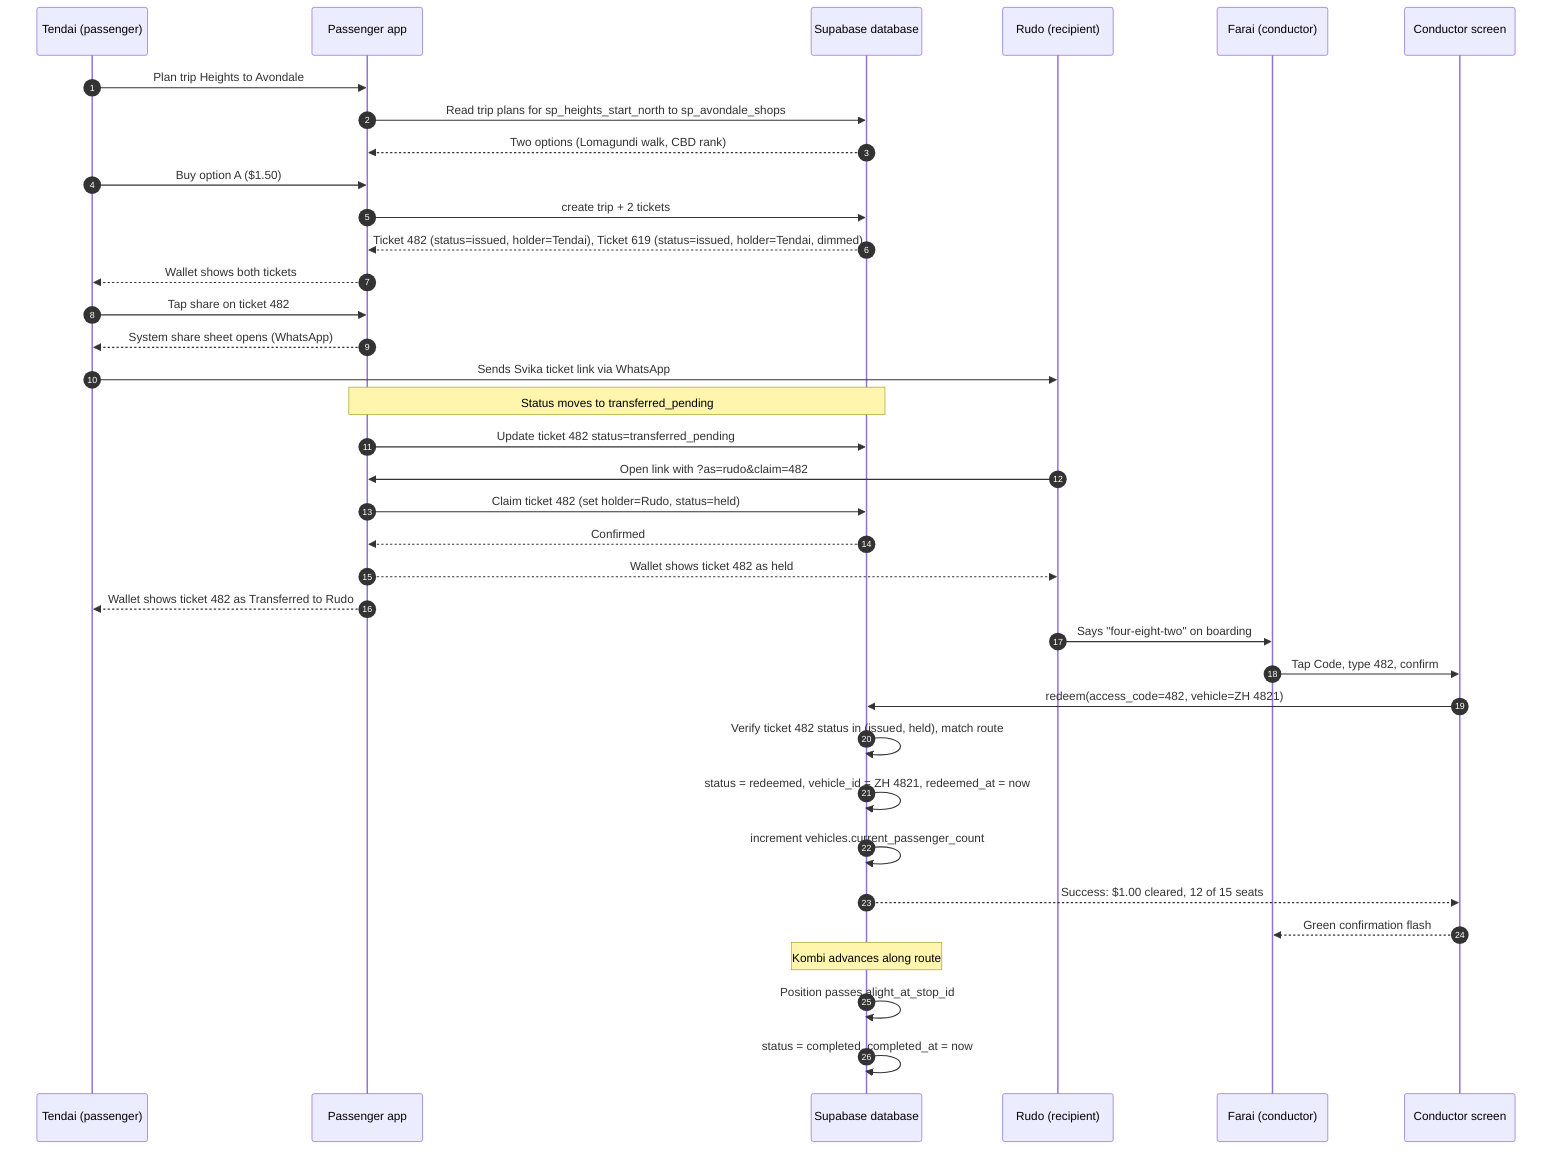
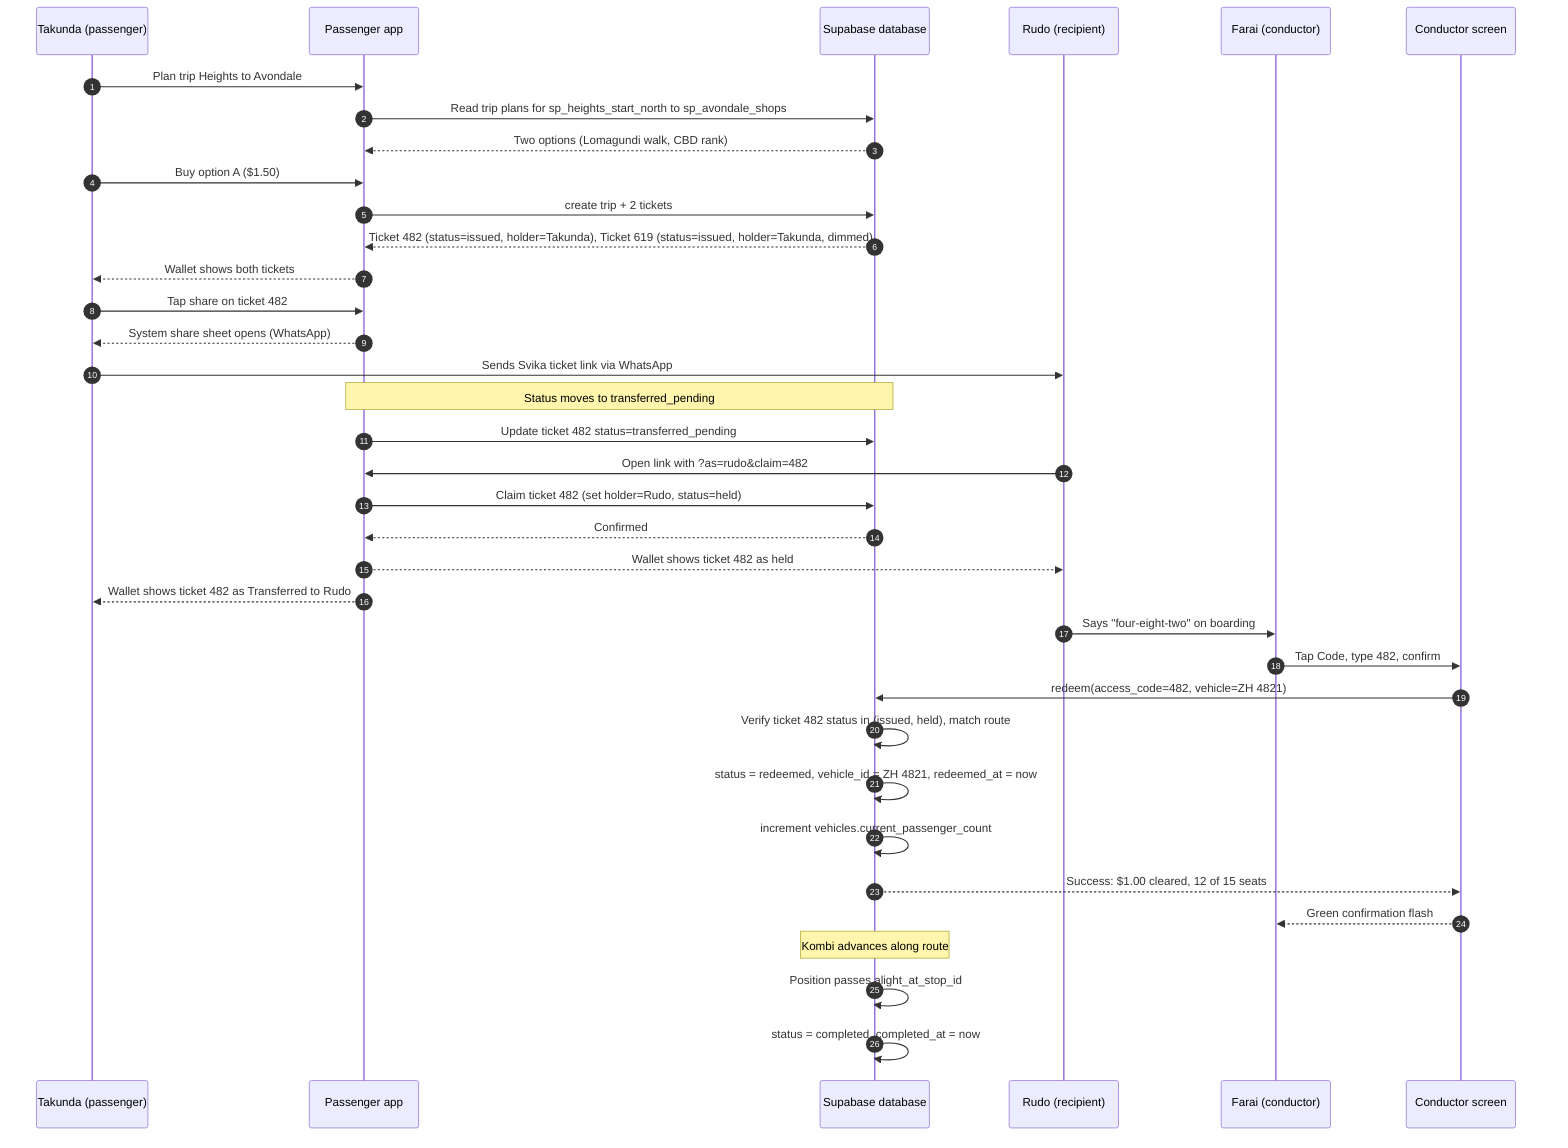
%% Svika ticket lifecycle
%% Shows one ticket from purchase through transfer through redemption.

sequenceDiagram
    autonumber
-     participant Tendai as Tendai (passenger)
+     participant Takunda as Takunda (passenger)
    participant App as Passenger app
    participant DB as Supabase database
    participant Rudo as Rudo (recipient)
    participant Farai as Farai (conductor)
    participant Cond as Conductor screen

    %% Purchase
-     Tendai->>App: Plan trip Heights to Avondale
+     Takunda->>App: Plan trip Heights to Avondale
    App->>DB: Read trip plans for sp_heights_start_north to sp_avondale_shops
    DB-->>App: Two options (Lomagundi walk, CBD rank)
-     Tendai->>App: Buy option A ($1.50)
+     Takunda->>App: Buy option A ($1.50)
    App->>DB: create trip + 2 tickets
-     DB-->>App: Ticket 482 (status=issued, holder=Tendai), Ticket 619 (status=issued, holder=Tendai, dimmed)
-     App-->>Tendai: Wallet shows both tickets
+     DB-->>App: Ticket 482 (status=issued, holder=Takunda), Ticket 619 (status=issued, holder=Takunda, dimmed)
+     App-->>Takunda: Wallet shows both tickets

    %% Transfer
-     Tendai->>App: Tap share on ticket 482
-     App-->>Tendai: System share sheet opens (WhatsApp)
-     Tendai->>Rudo: Sends Svika ticket link via WhatsApp
+     Takunda->>App: Tap share on ticket 482
+     App-->>Takunda: System share sheet opens (WhatsApp)
+     Takunda->>Rudo: Sends Svika ticket link via WhatsApp
    Note over App,DB: Status moves to transferred_pending
    App->>DB: Update ticket 482 status=transferred_pending
    Rudo->>App: Open link with ?as=rudo&claim=482
    App->>DB: Claim ticket 482 (set holder=Rudo, status=held)
    DB-->>App: Confirmed
    App-->>Rudo: Wallet shows ticket 482 as held
-     App-->>Tendai: Wallet shows ticket 482 as Transferred to Rudo
+     App-->>Takunda: Wallet shows ticket 482 as Transferred to Rudo

    %% Redemption
    Rudo->>Farai: Says "four-eight-two" on boarding
    Farai->>Cond: Tap Code, type 482, confirm
    Cond->>DB: redeem(access_code=482, vehicle=ZH 4821)
    DB->>DB: Verify ticket 482 status in (issued, held), match route
    DB->>DB: status = redeemed, vehicle_id = ZH 4821, redeemed_at = now
    DB->>DB: increment vehicles.current_passenger_count
    DB-->>Cond: Success: $1.00 cleared, 12 of 15 seats
    Cond-->>Farai: Green confirmation flash

    %% Completion
    Note over DB: Kombi advances along route
    DB->>DB: Position passes alight_at_stop_id
    DB->>DB: status = completed, completed_at = now
